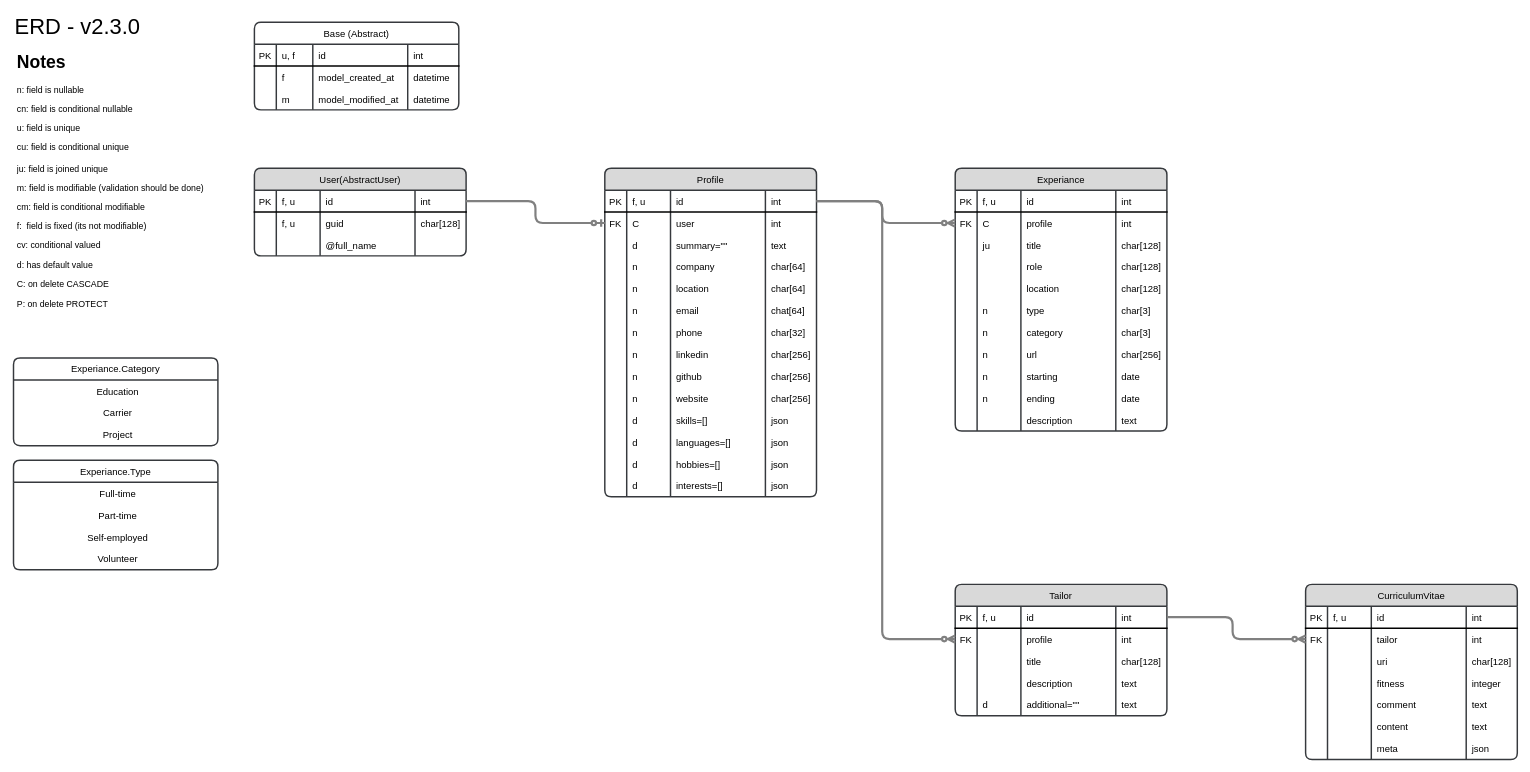
Above: docs/ERD.drawio in TailorVitAI/backend (draw.io), before the change. Source tidied: cells renumbered, new cells numbered last; positions are measured from the earlier drawing's top-left corner, leaving out a move shared by most shapes. Both pictures are drawn from the tidied source at 73%, with x=0, y=0 at pixel (13, 15).
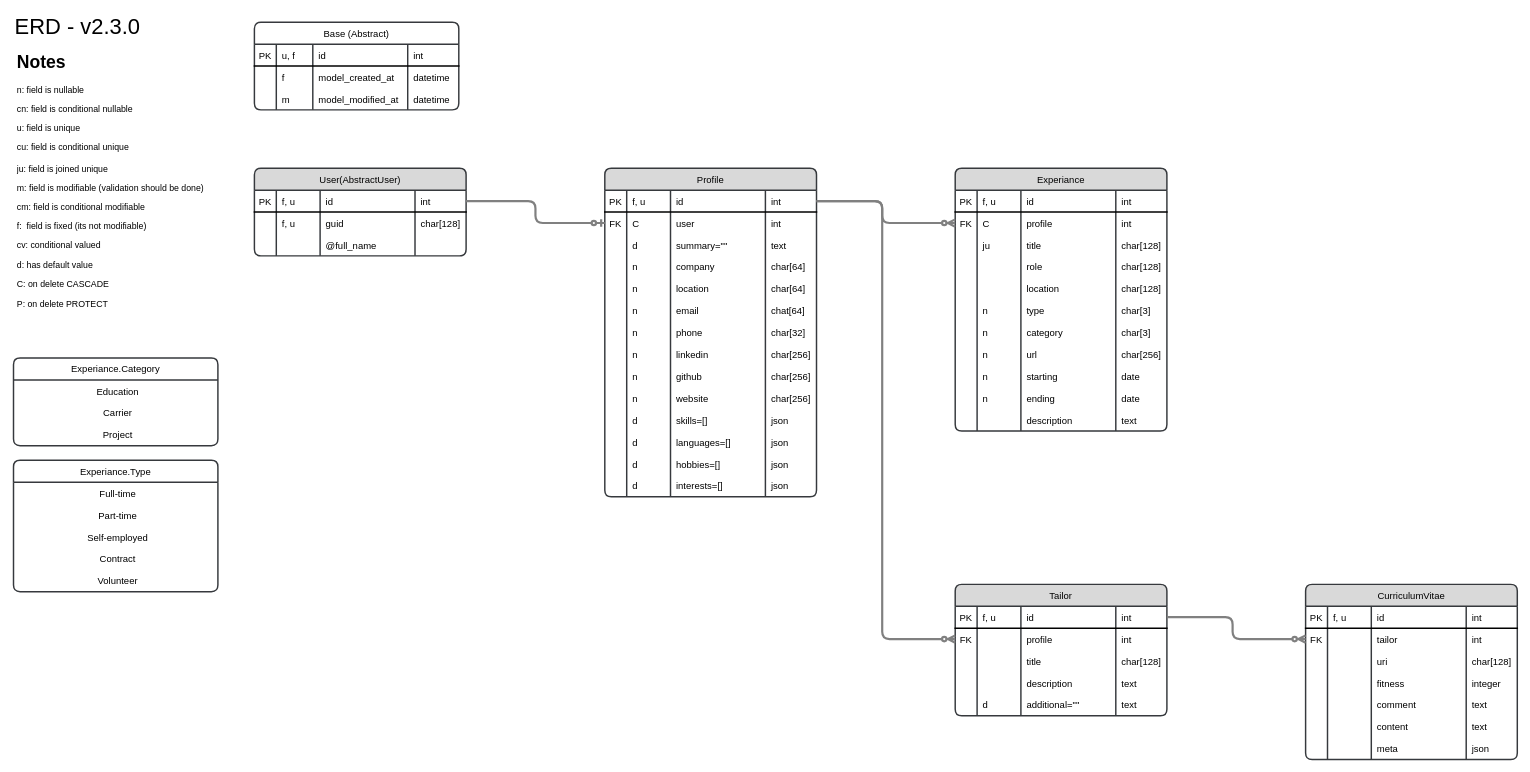
After the change.

The edit, as a diff of the source:
```diff
@@
     <mxCell id="99" value="Experiance.Type" style="shape=table;startSize=30;childLayout=tableLayout;rowLines=0;fontStyle=0;align=center;rounded=1;sketch=0;shadow=0;swimlaneLine=1;labelBorderColor=none;labelBackgroundColor=none;enumerate=0;fontSize=13;spacing=7;spacingTop=0;verticalAlign=bottom;fillColor=none;strokeColor=#36393d;arcSize=10;strokeWidth=2;fontFamily=Helvetica;" parent="1" vertex="1">
-      <mxGeometry y="610" width="280" height="150" as="geometry" />
+      <mxGeometry y="610" width="280" height="180" as="geometry" />
     </mxCell>
@@
+    <mxCell id="245" style="shape=tableRow;horizontal=0;startSize=0;swimlaneHead=0;swimlaneBody=0;fillColor=none;top=0;left=0;right=0;bottom=0;rounded=1;strokeWidth=2;fontStyle=0;fontFamily=Helvetica;fontSize=13;" parent="99" vertex="1">
+      <mxGeometry y="120" width="280" height="30" as="geometry" />
+    </mxCell>
+    <mxCell id="246" value="Contract" style="shape=partialRectangle;fillColor=none;top=0;left=0;bottom=0;right=0;align=center;spacingLeft=6;overflow=hidden;rounded=1;strokeWidth=2;fontStyle=0;fontFamily=Helvetica;fontSize=13;" parent="245" vertex="1">
+      <mxGeometry width="280" height="30" as="geometry" />
+    </mxCell>
     <mxCell id="106" style="shape=tableRow;horizontal=0;startSize=0;swimlaneHead=0;swimlaneBody=0;fillColor=none;top=0;left=0;right=0;bottom=0;rounded=1;strokeWidth=2;fontStyle=0;fontFamily=Helvetica;fontSize=13;" parent="99" vertex="1">
-      <mxGeometry y="120" width="280" height="30" as="geometry" />
+      <mxGeometry y="150" width="280" height="30" as="geometry" />
     </mxCell>
```
